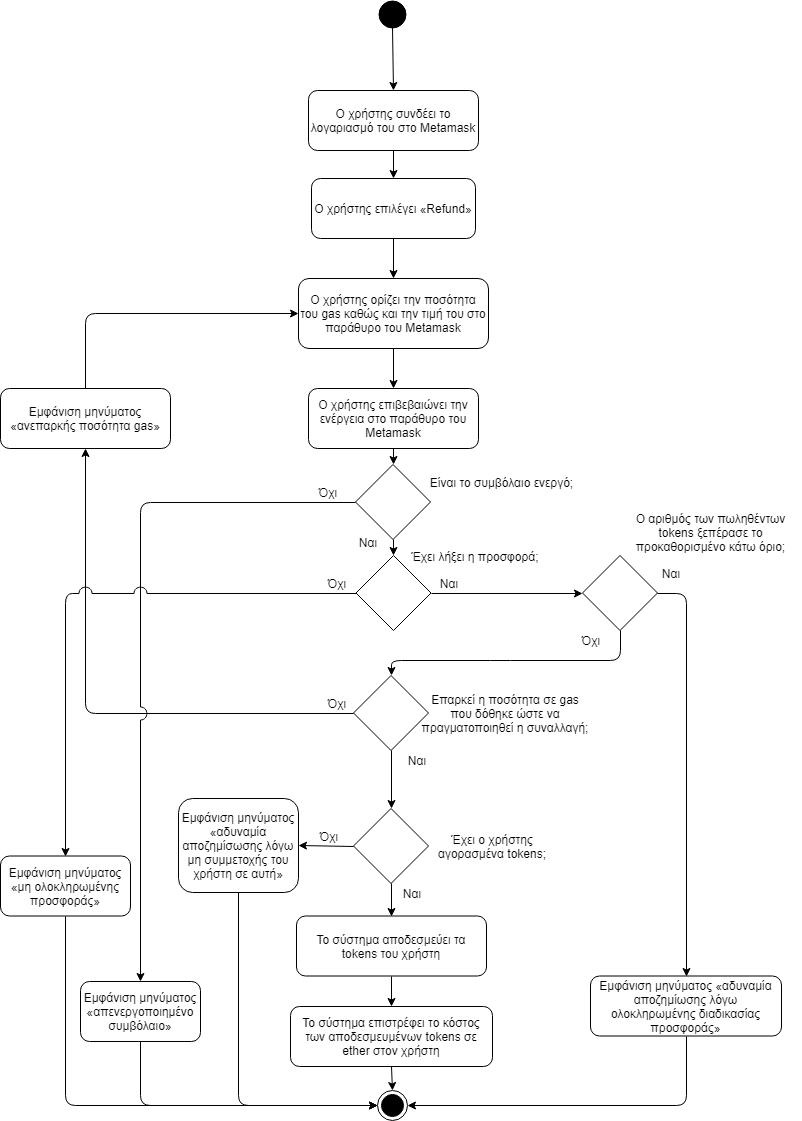
This is diagrams/RefundTokens/RefundTokens.png from gkamtzir/Ethereum-ICO-Diploma-Thesis, a draw.io export, as it was before one commit. Source tidied: cells renumbered, new cells last; positions are measured from the earlier drawing's top-left corner, leaving out a move shared by most shapes.
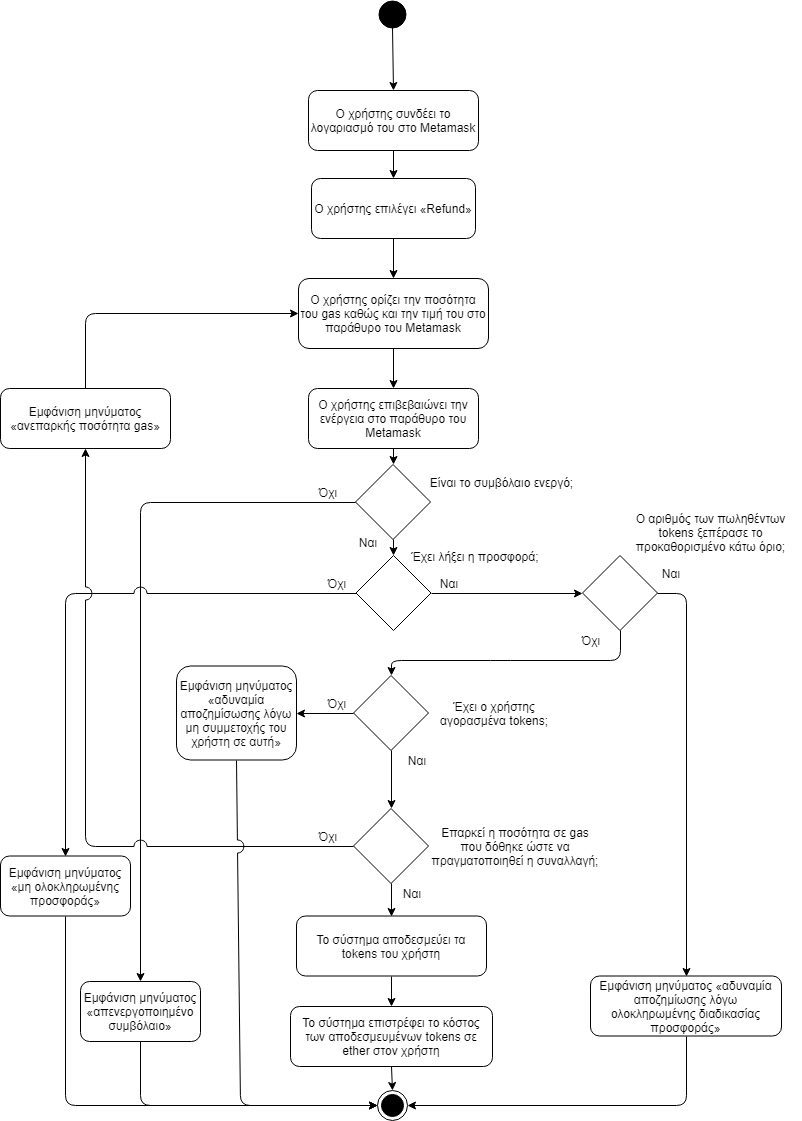
The same diagram one commit later.

The edit, as a diff of the source:
```diff
@@ -42,7 +42,7 @@
       <mxGeometry y="388" width="170" height="60" as="geometry" />
     </mxCell>
     <mxCell id="15" value="Επαρκεί η ποσότητα σε gas που δόθηκε ώστε να πραγματοποιηθεί η συναλλαγή;" style="text;html=1;strokeColor=none;fillColor=none;align=center;verticalAlign=middle;whiteSpace=wrap;rounded=0;" parent="1" vertex="1">
-      <mxGeometry x="420" y="682.5" width="170" height="60" as="geometry" />
+      <mxGeometry x="430" y="815.5" width="170" height="60" as="geometry" />
     </mxCell>
     <mxCell id="16" style="endArrow=classic;html=1;exitX=0.5;exitY=1;exitDx=0;exitDy=0;entryX=0.5;entryY=0;entryDx=0;entryDy=0;" parent="1" edge="1" source="2" target="12">
       <mxGeometry relative="1" as="geometry" />
@@ -62,13 +62,6 @@
     <mxCell id="21" style="endArrow=classic;html=1;exitX=0.5;exitY=1;exitDx=0;exitDy=0;entryX=0.5;entryY=0;entryDx=0;entryDy=0;" parent="1" edge="1" source="9" target="33">
       <mxGeometry relative="1" as="geometry" />
     </mxCell>
-    <mxCell id="22" style="endArrow=classic;html=1;exitX=0;exitY=0.5;exitDx=0;exitDy=0;entryX=0.5;entryY=1;entryDx=0;entryDy=0;" parent="1" edge="1" source="10" target="14">
-      <mxGeometry relative="1" as="geometry">
-        <Array as="points">
-          <mxPoint x="85" y="713" />
-        </Array>
-      </mxGeometry>
-    </mxCell>
     <mxCell id="23" style="endArrow=classic;html=1;exitX=0.5;exitY=0;exitDx=0;exitDy=0;entryX=0;entryY=0.5;entryDx=0;entryDy=0;" parent="1" edge="1" source="14" target="4">
       <mxGeometry relative="1" as="geometry">
         <Array as="points">
@@ -188,24 +181,31 @@
       <mxGeometry relative="1" as="geometry" />
     </mxCell>
     <mxCell id="51" value="Έχει ο χρήστης αγορασμένα tokens;" style="text;html=1;strokeColor=none;fillColor=none;align=center;verticalAlign=middle;whiteSpace=wrap;rounded=0;" parent="1" vertex="1">
-      <mxGeometry x="416" y="815.5" width="152" height="60" as="geometry" />
+      <mxGeometry x="418" y="682.5" width="152" height="60" as="geometry" />
     </mxCell>
     <mxCell id="52" value="Ναι" style="text;html=1;strokeColor=none;fillColor=none;align=center;verticalAlign=middle;whiteSpace=wrap;rounded=0;" parent="1" vertex="1">
       <mxGeometry x="391" y="883" width="40" height="20" as="geometry" />
     </mxCell>
     <mxCell id="53" value="Όχι" style="text;html=1;strokeColor=none;fillColor=none;align=center;verticalAlign=middle;whiteSpace=wrap;rounded=0;" parent="1" vertex="1">
-      <mxGeometry x="308" y="825.5" width="40" height="20" as="geometry" />
+      <mxGeometry x="307" y="825.5" width="40" height="20" as="geometry" />
     </mxCell>
     <mxCell id="54" value="Εμφάνιση μηνύματος «αδυναμία αποζημίσωσης λόγω μη συμμετοχής του χρήστη σε αυτή»" style="rounded=1;whiteSpace=wrap;html=1;" parent="1" vertex="1">
-      <mxGeometry x="178" y="798" width="120" height="94" as="geometry" />
+      <mxGeometry x="176" y="665.5" width="120" height="94" as="geometry" />
     </mxCell>
-    <mxCell id="55" style="endArrow=classic;html=1;exitX=0;exitY=0.5;exitDx=0;exitDy=0;entryX=1;entryY=0.5;entryDx=0;entryDy=0;" parent="1" edge="1" source="49" target="54">
-      <mxGeometry relative="1" as="geometry" />
-    </mxCell>
+    <mxCell id="57" style="endArrow=classic;html=1;exitX=0;exitY=0.5;exitDx=0;exitDy=0;entryX=0.5;entryY=1;entryDx=0;entryDy=0;jumpStyle=arc;jumpSize=13;" parent="1" edge="1" source="49" target="14">
+      <mxGeometry relative="1" as="geometry">
+        <Array as="points">
+          <mxPoint x="85" y="846" />
+        </Array>
+      </mxGeometry>
+    </mxCell>
+    <mxCell id="58" style="endArrow=classic;html=1;exitX=0;exitY=0.5;exitDx=0;exitDy=0;entryX=1;entryY=0.5;entryDx=0;entryDy=0;" parent="1" edge="1" source="10" target="54">
+      <mxGeometry relative="1" as="geometry" />
+    </mxCell>
-    <mxCell id="56" style="endArrow=classic;html=1;exitX=0.5;exitY=1;exitDx=0;exitDy=0;entryX=0;entryY=0.5;entryDx=0;entryDy=0;" parent="1" edge="1" source="54" target="33">
+    <mxCell id="56" style="endArrow=classic;html=1;exitX=0.5;exitY=1;exitDx=0;exitDy=0;entryX=0;entryY=0.5;entryDx=0;entryDy=0;jumpStyle=arc;jumpSize=13;" parent="1" edge="1" source="54" target="33">
       <mxGeometry relative="1" as="geometry">
         <Array as="points">
-          <mxPoint x="238" y="1105" />
+          <mxPoint x="240" y="1105" />
         </Array>
       </mxGeometry>
     </mxCell>
```
